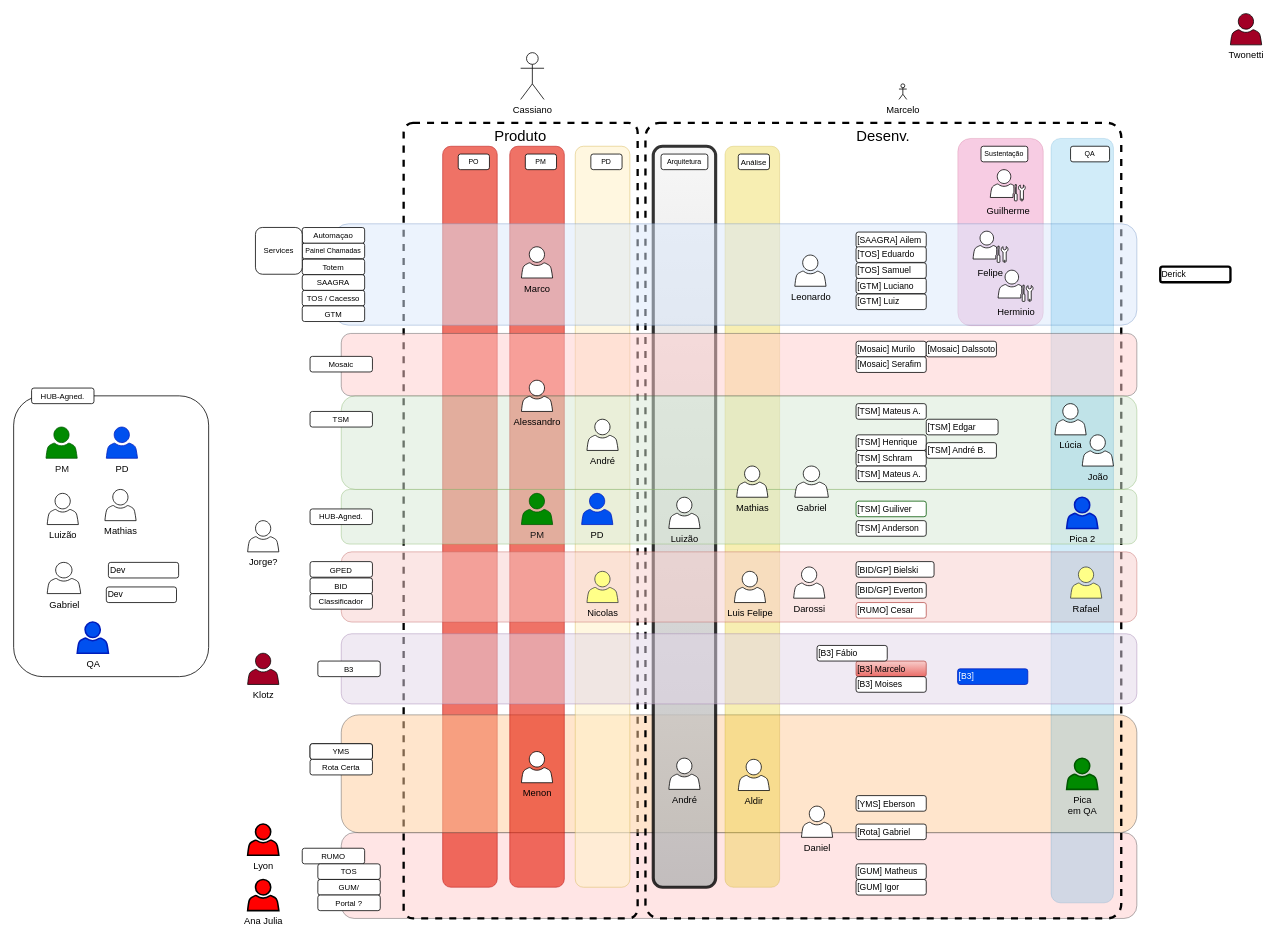
Earlier version of the draw.io diagram page "org" (3 of 3) of time_org_24.drawio (marcelopedroso/yms_tech). Source tidied: cells renumbered, new cells numbered last; positions are measured from the earlier drawing's top-left corner, leaving out a move shared by most shapes. Both pictures are drawn from the tidied source at 78%, with x=0, y=0 at pixel (13, 13).
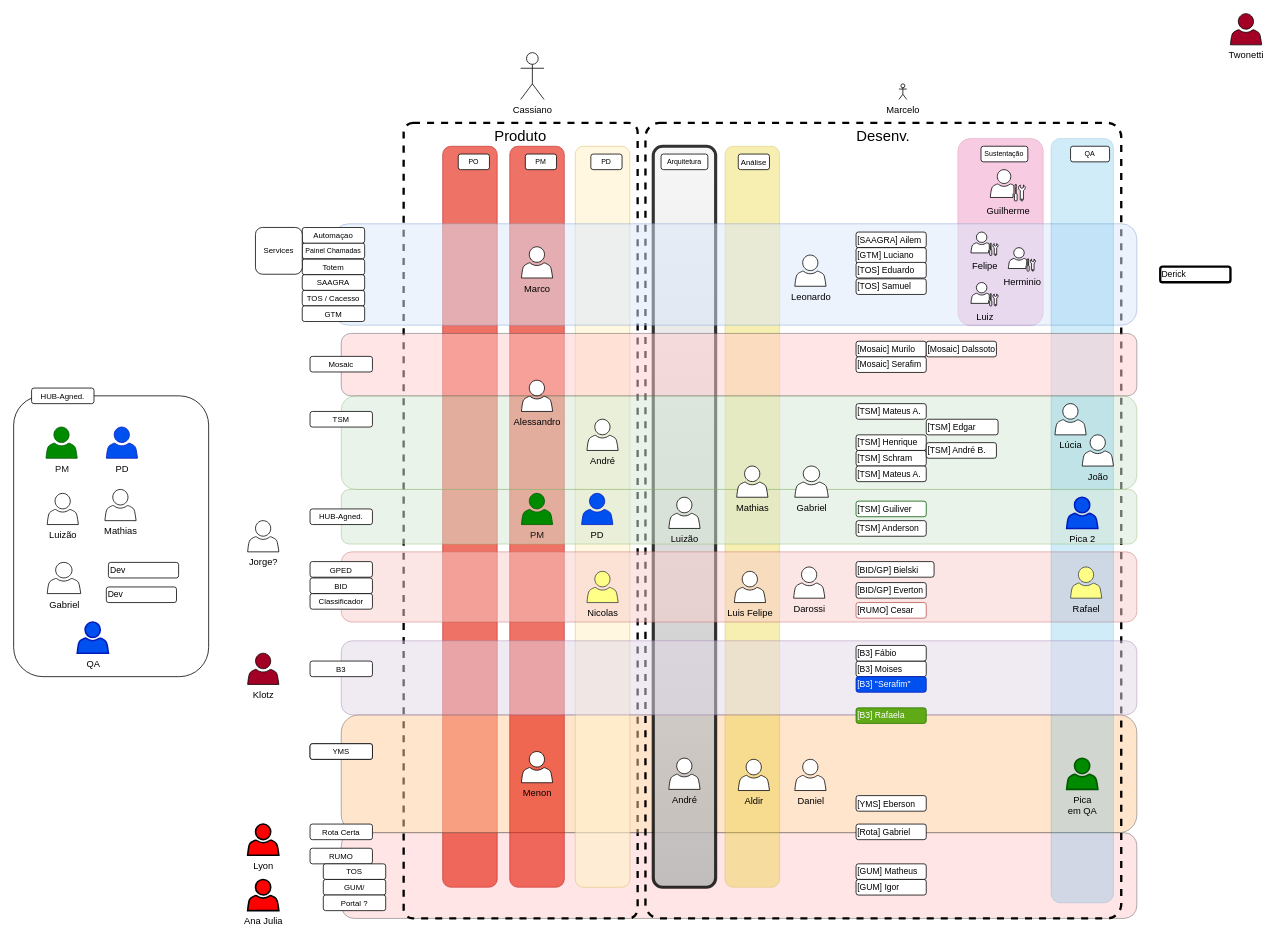
After the change.

Change to the diagram source:
```diff
@@
-    <mxCell id="36" value="[GTM] Luiz" style="rounded=1;whiteSpace=wrap;html=1;fontSize=11;align=left;" parent="1" vertex="1">
-      <mxGeometry x="1080" y="359.4" width="90" height="20" as="geometry" />
-    </mxCell>
     <mxCell id="37" value="[GTM] Luciano" style="rounded=1;whiteSpace=wrap;html=1;fontSize=11;align=left;" parent="1" vertex="1">
-      <mxGeometry x="1080" y="338.9" width="90" height="20" as="geometry" />
+      <mxGeometry x="1080" y="300" width="90" height="20" as="geometry" />
     </mxCell>
@@
     <mxCell id="48" value="RUMO" style="rounded=1;whiteSpace=wrap;html=1;fontSize=10;" parent="1" vertex="1">
-      <mxGeometry x="370" y="1070" width="80" height="20" as="geometry" />
+      <mxGeometry x="380" y="1070" width="80" height="20" as="geometry" />
     </mxCell>
@@
-    <mxCell id="57" value="&lt;font color=&quot;#000000&quot;&gt;Felipe&lt;/font&gt;" style="sketch=0;shadow=0;dashed=0;html=1;labelPosition=center;verticalLabelPosition=bottom;verticalAlign=top;align=center;shape=mxgraph.office.users.administrator;" parent="1" vertex="1">
-      <mxGeometry x="1230" y="278.9" width="44.8" height="40" as="geometry" />
-    </mxCell>
     <mxCell id="58" value="&lt;font color=&quot;#000000&quot;&gt;Herminio&lt;/font&gt;" style="sketch=0;shadow=0;dashed=0;html=1;labelPosition=center;verticalLabelPosition=bottom;verticalAlign=top;align=center;shape=mxgraph.office.users.administrator;" parent="1" vertex="1">
-      <mxGeometry x="1262.1" y="328.9" width="44.8" height="40" as="geometry" />
+      <mxGeometry x="1275.2" y="300" width="34.8" height="30" as="geometry" />
     </mxCell>
     <mxCell id="59" value="[TOS] Samuel" style="rounded=1;whiteSpace=wrap;html=1;fontSize=11;align=left;" parent="1" vertex="1">
-      <mxGeometry x="1080" y="319.4" width="90" height="20" as="geometry" />
+      <mxGeometry x="1080" y="340" width="90" height="20" as="geometry" />
     </mxCell>
     <mxCell id="60" value="[TOS] Eduardo" style="rounded=1;whiteSpace=wrap;html=1;fontSize=11;align=left;" parent="1" vertex="1">
-      <mxGeometry x="1080" y="298.9" width="90" height="20" as="geometry" />
+      <mxGeometry x="1080" y="318.9" width="90" height="20" as="geometry" />
     </mxCell>
@@
     <mxCell id="64" value="Daniel" style="sketch=0;shadow=0;dashed=0;html=1;labelPosition=center;verticalLabelPosition=bottom;verticalAlign=top;align=center;shape=mxgraph.office.users.user;" parent="1" vertex="1">
-      <mxGeometry x="1010" y="1016" width="40" height="40" as="geometry" />
+      <mxGeometry x="1001.5" y="956" width="40" height="40" as="geometry" />
     </mxCell>
@@
     <mxCell id="71" value="TOS" style="rounded=1;whiteSpace=wrap;html=1;fontSize=10;" parent="1" vertex="1">
-      <mxGeometry x="390" y="1090" width="80" height="20" as="geometry" />
+      <mxGeometry x="397" y="1090" width="80" height="20" as="geometry" />
     </mxCell>
     <mxCell id="72" value="GUM/" style="rounded=1;whiteSpace=wrap;html=1;fontSize=10;" parent="1" vertex="1">
-      <mxGeometry x="390" y="1110" width="80" height="20" as="geometry" />
+      <mxGeometry x="397" y="1110" width="80" height="20" as="geometry" />
     </mxCell>
     <mxCell id="73" value="Portal ?" style="rounded=1;whiteSpace=wrap;html=1;fontSize=10;" parent="1" vertex="1">
-      <mxGeometry x="390" y="1130" width="80" height="20" as="geometry" />
+      <mxGeometry x="397" y="1130" width="80" height="20" as="geometry" />
     </mxCell>
@@
     <mxCell id="80" style="rounded=1;whiteSpace=wrap;html=1;fillStyle=auto;opacity=50;fillColor=#e1d5e7;strokeColor=#9673a6;" parent="1" vertex="1">
-      <mxGeometry x="420" y="795" width="1020" height="90" as="geometry" />
+      <mxGeometry x="420" y="804" width="1020" height="95" as="geometry" />
     </mxCell>
-    <mxCell id="81" value="[B3] Marcelo" style="rounded=1;whiteSpace=wrap;html=1;fontSize=11;align=left;fillColor=#f8cecc;gradientColor=#ea6b66;strokeColor=#b85450;" parent="1" vertex="1">
-      <mxGeometry x="1080" y="830" width="90" height="20" as="geometry" />
+    <mxCell id="81" value="[B3] Rafaela" style="rounded=1;whiteSpace=wrap;html=1;fontSize=11;align=left;fillColor=#60a917;strokeColor=#2D7600;fontColor=#ffffff;" parent="1" vertex="1">
+      <mxGeometry x="1080" y="890" width="90" height="20" as="geometry" />
     </mxCell>
     <mxCell id="82" value="[B3] Moises" style="rounded=1;whiteSpace=wrap;html=1;fontSize=11;align=left;" parent="1" vertex="1">
-      <mxGeometry x="1080" y="850" width="90" height="20" as="geometry" />
+      <mxGeometry x="1080" y="830" width="90" height="20" as="geometry" />
     </mxCell>
     <mxCell id="83" value="[B3] Fábio" style="rounded=1;whiteSpace=wrap;html=1;fontSize=11;align=left;" parent="1" vertex="1">
-      <mxGeometry x="1030" y="810" width="90" height="20" as="geometry" />
+      <mxGeometry x="1080" y="810" width="90" height="20" as="geometry" />
     </mxCell>
     <mxCell id="84" value="B3" style="rounded=1;whiteSpace=wrap;html=1;fontSize=10;" parent="1" vertex="1">
-      <mxGeometry x="390" y="830" width="80" height="20" as="geometry" />
+      <mxGeometry x="380" y="830" width="80" height="20" as="geometry" />
     </mxCell>
@@
     <mxCell id="86" value="Rota Certa" style="rounded=1;whiteSpace=wrap;html=1;fontSize=10;" parent="1" vertex="1">
-      <mxGeometry x="380" y="956" width="80" height="20" as="geometry" />
+      <mxGeometry x="380" y="1039" width="80" height="20" as="geometry" />
     </mxCell>
@@
-    <mxCell id="113" value="[B3]&amp;nbsp;" style="rounded=1;whiteSpace=wrap;html=1;fontSize=11;align=left;fillColor=#0050ef;fontColor=#ffffff;strokeColor=#001DBC;" parent="1" vertex="1">
-      <mxGeometry x="1210.2" y="840" width="90" height="20" as="geometry" />
+    <mxCell id="113" value="[B3] &quot;Serafim&quot;" style="rounded=1;whiteSpace=wrap;html=1;fontSize=11;align=left;fillColor=#0050ef;fontColor=#ffffff;strokeColor=#001DBC;" parent="1" vertex="1">
+      <mxGeometry x="1080" y="850" width="90" height="20" as="geometry" />
     </mxCell>
@@
+    <mxCell id="57" value="Felipe" style="sketch=0;shadow=0;dashed=0;html=1;labelPosition=center;verticalLabelPosition=bottom;verticalAlign=top;align=center;shape=mxgraph.office.users.administrator;" parent="1" vertex="1">
+      <mxGeometry x="1227.3" y="280" width="34.8" height="30" as="geometry" />
+    </mxCell>
+    <mxCell id="116" value="Luiz" style="sketch=0;shadow=0;dashed=0;html=1;labelPosition=center;verticalLabelPosition=bottom;verticalAlign=top;align=center;shape=mxgraph.office.users.administrator;" parent="1" vertex="1">
+      <mxGeometry x="1227.3" y="344.7" width="34.8" height="30" as="geometry" />
+    </mxCell>
```
